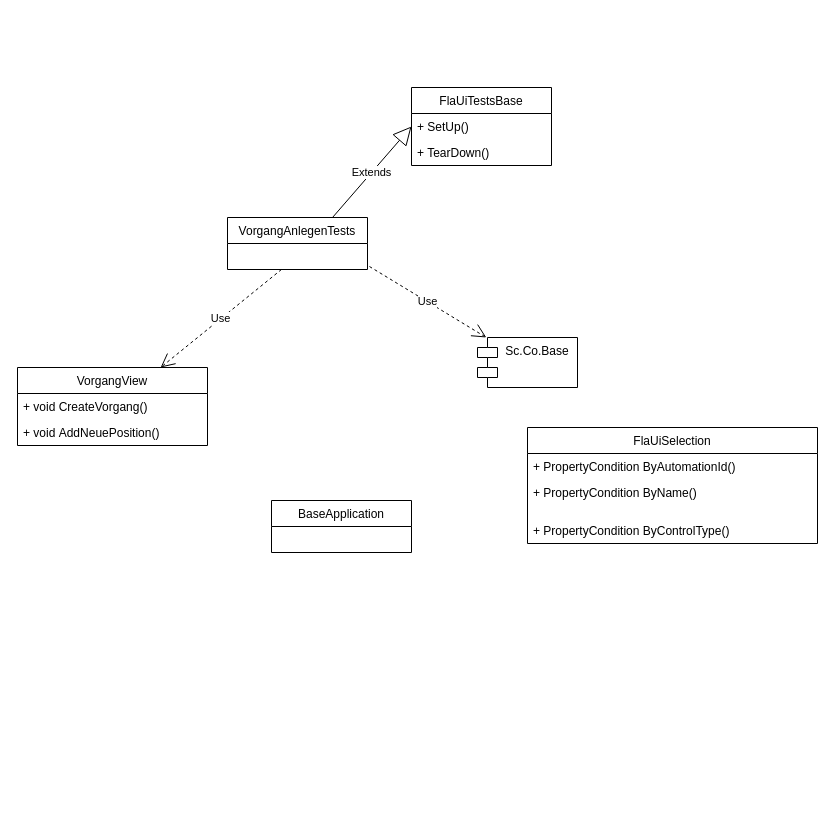
This is page "Class Diagram" (1 of 2) of testclass diagram.drawio from tuannguyenvn/DrawIO, a draw.io file, before an edit. Source tidied: cells renumbered, new cells numbered last; positions are measured from the earlier drawing's top-left corner, leaving out a move shared by most shapes. Both pictures are drawn from the tidied source at 100%, with x=0, y=0 at pixel (17, 87).
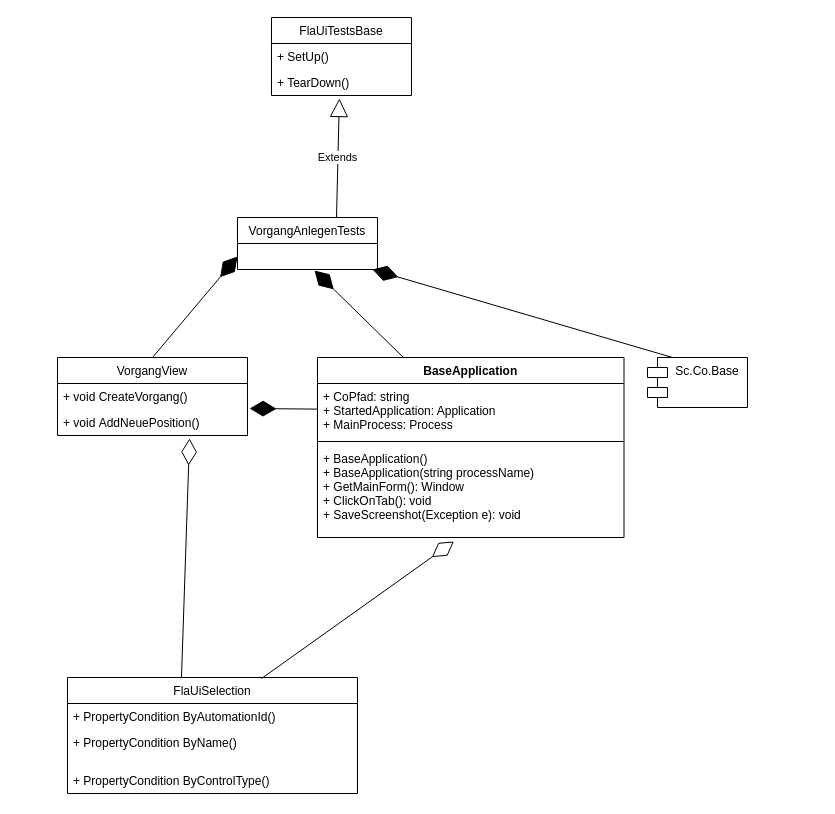
Above is the later version.

The change refers to these unchanged cells:
```xml
<mxCell id="3" value="  " style="text;strokeColor=none;fillColor=none;align=left;verticalAlign=top;spacingLeft=4;spacingRight=4;overflow=hidden;points=[[0,0.5],[1,0.5]];portConstraint=eastwest;" parent="2" vertex="1">
  <mxGeometry y="26" width="140" height="26" as="geometry" />
</mxCell>
<mxCell id="5" value="+ SetUp()" style="text;strokeColor=none;fillColor=none;align=left;verticalAlign=top;spacingLeft=4;spacingRight=4;overflow=hidden;points=[[0,0.5],[1,0.5]];portConstraint=eastwest;" parent="4" vertex="1">
  <mxGeometry y="26" width="140" height="26" as="geometry" />
</mxCell>
<mxCell id="10" value="+ void AddNeuePosition()" style="text;strokeColor=none;fillColor=none;align=left;verticalAlign=top;spacingLeft=4;spacingRight=4;overflow=hidden;points=[[0,0.5],[1,0.5]];portConstraint=eastwest;" parent="8" vertex="1">
  <mxGeometry y="52" width="190" height="26" as="geometry" />
</mxCell>
```

Diff of the diagram source:
```diff
@@
     <mxCell id="2" value="VorgangAnlegenTests" style="swimlane;fontStyle=0;horizontal=1;startSize=26;fillColor=none;" parent="1" vertex="1">
-      <mxGeometry x="210" y="130" width="140" height="52" as="geometry" />
+      <mxGeometry x="220" y="130" width="140" height="52" as="geometry" />
     </mxCell>
@@
     <mxCell id="4" value="FlaUiTestsBase" style="swimlane;fontStyle=0;horizontal=1;startSize=26;fillColor=none;" parent="1" vertex="1">
-      <mxGeometry x="394" width="140" height="78" as="geometry" />
+      <mxGeometry x="254" y="-70" width="140" height="78" as="geometry" />
     </mxCell>
@@
-    <mxCell id="7" value="Extends" style="endArrow=block;endSize=16;endFill=0;html=1;rounded=0;entryX=0;entryY=0.5;entryDx=0;entryDy=0;exitX=0.75;exitY=0;exitDx=0;exitDy=0;" parent="1" edge="1" source="2" target="5">
-      <mxGeometry relative="1" as="geometry" />
+    <mxCell id="7" value="Extends" style="endArrow=block;endSize=16;endFill=0;html=1;rounded=0;entryX=0.271;entryY=1.115;entryDx=0;entryDy=0;exitX=0.75;exitY=0;exitDx=0;exitDy=0;entryPerimeter=0;" parent="1" edge="1">
+      <mxGeometry relative="1" as="geometry">
+        <mxPoint x="319" y="130" as="sourcePoint" />
+        <mxPoint x="321.9" y="11" as="targetPoint" />
+      </mxGeometry>
     </mxCell>
     <mxCell id="8" value="VorgangView" style="swimlane;fontStyle=0;horizontal=1;startSize=26;fillColor=none;" parent="1" vertex="1">
-      <mxGeometry y="280" width="190" height="78" as="geometry" />
+      <mxGeometry x="40" y="270" width="190" height="78" as="geometry" />
     </mxCell>
@@
-    <mxCell id="11" value="Use" style="endArrow=open;endSize=12;dashed=1;html=1;rounded=0;" parent="1" edge="1" source="3" target="8">
-      <mxGeometry relative="1" as="geometry" />
-    </mxCell>
     <mxCell id="12" value="Sc.Co.Base" style="shape=module;align=left;spacingLeft=20;align=center;verticalAlign=top;" parent="1" vertex="1">
-      <mxGeometry x="460" y="250" width="100" height="50" as="geometry" />
+      <mxGeometry x="630" y="270" width="100" height="50" as="geometry" />
     </mxCell>
-    <mxCell id="13" value="Use" style="endArrow=open;endSize=12;dashed=1;html=1;rounded=0;exitX=1.014;exitY=0.885;exitDx=0;exitDy=0;exitPerimeter=0;" parent="1" edge="1" source="3" target="12">
-      <mxGeometry relative="1" as="geometry" />
-    </mxCell>
-    <mxCell id="14" value="BaseApplication" style="swimlane;fontStyle=0;horizontal=1;startSize=26;fillColor=none;" parent="1" vertex="1">
-      <mxGeometry x="254" y="413" width="140" height="52" as="geometry" />
-    </mxCell>
-    <mxCell id="15" value="  " style="text;strokeColor=none;fillColor=none;align=left;verticalAlign=top;spacingLeft=4;spacingRight=4;overflow=hidden;" parent="14" vertex="1">
-      <mxGeometry y="26" width="140" height="26" as="geometry" />
-    </mxCell>
     <mxCell id="16" value="FlaUiSelection" style="swimlane;fontStyle=0;horizontal=1;startSize=26;fillColor=none;" parent="1" vertex="1">
-      <mxGeometry x="510" y="340" width="290" height="116" as="geometry" />
+      <mxGeometry x="50" y="590" width="290" height="116" as="geometry" />
     </mxCell>
@@
+    <mxCell id="20" style="endArrow=diamondThin;endFill=1;endSize=24;html=1;rounded=0;entryX=0;entryY=0.5;entryDx=0;entryDy=0;exitX=0.5;exitY=0;exitDx=0;exitDy=0;" parent="1" edge="1" source="8" target="3">
+      <mxGeometry relative="1" as="geometry" />
+    </mxCell>
+    <mxCell id="21" style="endArrow=diamondThin;endFill=1;endSize=24;html=1;rounded=0;exitX=0.287;exitY=0.011;exitDx=0;exitDy=0;entryX=0.364;entryY=1.038;entryDx=0;entryDy=0;entryPerimeter=0;exitPerimeter=0;" parent="1" edge="1" source="14">
+      <mxGeometry relative="1" as="geometry">
+        <mxPoint x="297" y="183" as="targetPoint" />
+      </mxGeometry>
+    </mxCell>
+    <mxCell id="22" style="endArrow=diamondThin;endFill=1;endSize=24;html=1;rounded=0;exitX=0.25;exitY=0;exitDx=0;exitDy=0;entryX=0.964;entryY=1;entryDx=0;entryDy=0;entryPerimeter=0;" parent="1" edge="1" source="12" target="3">
+      <mxGeometry relative="1" as="geometry" />
+    </mxCell>
+    <mxCell id="23" style="endArrow=diamondThin;endFill=0;endSize=24;html=1;rounded=0;exitX=0.669;exitY=0.009;exitDx=0;exitDy=0;exitPerimeter=0;entryX=0.445;entryY=1.043;entryDx=0;entryDy=0;entryPerimeter=0;" parent="1" edge="1" source="16" target="27">
+      <mxGeometry relative="1" as="geometry" />
+    </mxCell>
+    <mxCell id="24" style="endArrow=diamondThin;endFill=0;endSize=24;html=1;rounded=0;entryX=0.695;entryY=1.115;entryDx=0;entryDy=0;entryPerimeter=0;exitX=0.393;exitY=0;exitDx=0;exitDy=0;exitPerimeter=0;" parent="1" edge="1" source="16" target="10">
+      <mxGeometry relative="1" as="geometry" />
+    </mxCell>
+    <mxCell id="14" value="BaseApplication" style="swimlane;fontStyle=1;align=center;verticalAlign=top;horizontal=1;startSize=26;" parent="1" vertex="1">
+      <mxGeometry x="300" y="270" width="306.5" height="180" as="geometry" />
+    </mxCell>
+    <mxCell id="25" value="+ CoPfad: string&#10;+ StartedApplication: Application&#10;+ MainProcess: Process" style="text;strokeColor=none;fillColor=none;align=left;verticalAlign=top;spacingLeft=4;spacingRight=4;overflow=hidden;points=[[0,0.5],[1,0.5]];portConstraint=eastwest;" parent="14" vertex="1">
+      <mxGeometry y="26" width="306.5" height="54" as="geometry" />
+    </mxCell>
+    <mxCell id="26" style="line;strokeWidth=1;fillColor=none;align=left;verticalAlign=middle;spacingTop=-1;spacingLeft=3;spacingRight=3;labelPosition=right;" parent="14" vertex="1">
+      <mxGeometry y="80" width="306.5" height="8" as="geometry" />
+    </mxCell>
+    <mxCell id="27" value="+ BaseApplication()&#10;+ BaseApplication(string processName)&#10;+ GetMainForm(): Window&#10;+ ClickOnTab(): void&#10;+ SaveScreenshot(Exception e): void" style="text;strokeColor=none;fillColor=none;align=left;verticalAlign=top;spacingLeft=4;spacingRight=4;overflow=hidden;points=[[0,0.5],[1,0.5]];portConstraint=eastwest;" parent="14" vertex="1">
+      <mxGeometry y="88" width="306.5" height="92" as="geometry" />
+    </mxCell>
+    <mxCell id="28" style="endArrow=diamondThin;endFill=1;endSize=24;html=1;rounded=0;entryX=1.011;entryY=-0.038;entryDx=0;entryDy=0;entryPerimeter=0;" parent="1" edge="1" source="25" target="10">
+      <mxGeometry relative="1" as="geometry" />
+    </mxCell>
```
